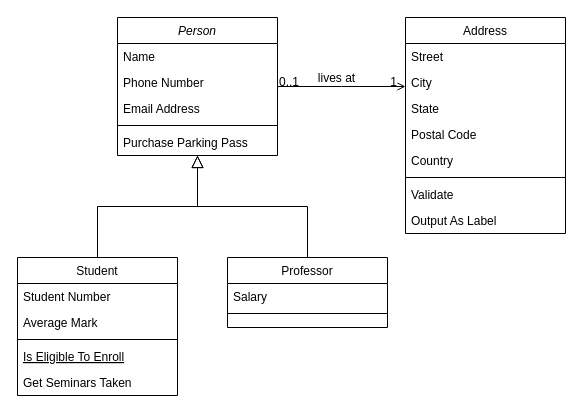
Before: Diagrama sin título.drawio in Daniela90-prog/Daniela.Programate, a draw.io diagram. Source tidied: cells renumbered, new cells numbered last; positions are measured from the earlier drawing's top-left corner, leaving out a move shared by most shapes. Both pictures are drawn from the tidied source at 100%, with x=0, y=0 at pixel (17, 17).
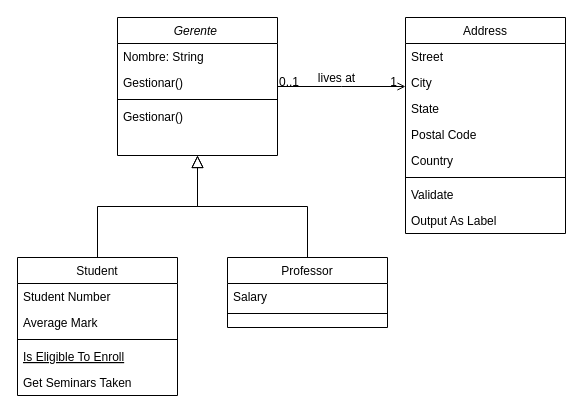
After the change.

What changed in the source:
```diff
@@
-    <mxCell id="2" value="Person" style="swimlane;fontStyle=2;align=center;verticalAlign=top;horizontal=1;startSize=26;rounded=0;shadow=0;strokeWidth=1;" parent="1" vertex="1">
+    <mxCell id="2" value="Gerente " style="swimlane;fontStyle=2;align=center;verticalAlign=top;horizontal=1;startSize=26;rounded=0;shadow=0;strokeWidth=1;" parent="1" vertex="1">
       <mxGeometry x="100" width="160" height="138" as="geometry" />
     </mxCell>
-    <mxCell id="3" value="Name" style="text;align=left;verticalAlign=top;spacingLeft=4;spacingRight=4;overflow=hidden;" parent="2" vertex="1">
+    <mxCell id="3" value="Nombre: String" style="text;align=left;verticalAlign=top;spacingLeft=4;spacingRight=4;overflow=hidden;" parent="2" vertex="1">
       <mxGeometry y="26" width="160" height="26" as="geometry" />
     </mxCell>
-    <mxCell id="4" value="Phone Number" style="text;align=left;verticalAlign=top;spacingLeft=4;spacingRight=4;overflow=hidden;rounded=0;shadow=0;html=0;" parent="2" vertex="1">
-      <mxGeometry y="52" width="160" height="26" as="geometry" />
-    </mxCell>
-    <mxCell id="5" value="Email Address" style="text;align=left;verticalAlign=top;spacingLeft=4;spacingRight=4;overflow=hidden;rounded=0;shadow=0;html=0;" parent="2" vertex="1">
-      <mxGeometry y="78" width="160" height="26" as="geometry" />
+    <mxCell id="5" value="Gestionar()" style="text;align=left;verticalAlign=top;spacingLeft=4;spacingRight=4;overflow=hidden;rounded=0;shadow=0;html=0;" parent="2" vertex="1">
+      <mxGeometry y="52" width="160" height="26" as="geometry" />
     </mxCell>
     <mxCell id="6" style="line;html=1;strokeWidth=1;align=left;verticalAlign=middle;spacingTop=-1;spacingLeft=3;spacingRight=3;labelPosition=right;" parent="2" vertex="1">
-      <mxGeometry y="104" width="160" height="8" as="geometry" />
+      <mxGeometry y="78" width="160" height="8" as="geometry" />
     </mxCell>
-    <mxCell id="7" value="Purchase Parking Pass" style="text;align=left;verticalAlign=top;spacingLeft=4;spacingRight=4;overflow=hidden;" parent="2" vertex="1">
-      <mxGeometry y="112" width="160" height="26" as="geometry" />
-    </mxCell>
+    <mxCell id="32" value="Gestionar()" style="text;align=left;verticalAlign=top;spacingLeft=4;spacingRight=4;overflow=hidden;rounded=0;shadow=0;html=0;" parent="2" vertex="1">
+      <mxGeometry y="86" width="160" height="26" as="geometry" />
+    </mxCell>
```
